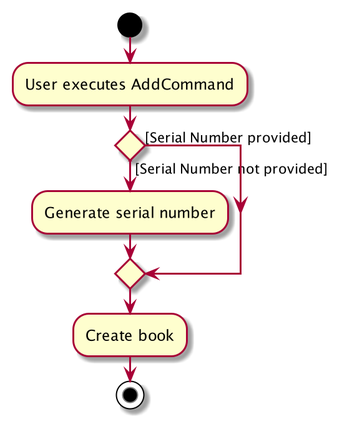
nus-cs2103-AY1920S1/addressbook-level3 keeps this PlantUML diagram as docs/images/AddBookActivityDiagram.png. Above is the earlier version. Source of this version:
```plantuml
@startuml
start
:User executes AddCommand;
if () then ([Serial Number not provided])
    :Generate serial number;
else ([Serial Number provided])
endif
:Create book;
stop
@enduml
```
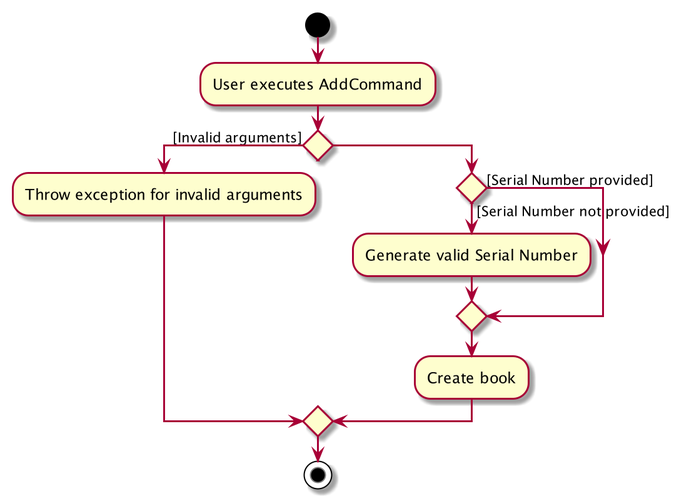
Later version of the same file.

The edit, as a diff of the source:
```diff
@@ -1,10 +1,14 @@
 @startuml
 start
 :User executes AddCommand;
-if () then ([Serial Number not provided])
-    :Generate serial number;
-else ([Serial Number provided])
+if () then ([Invalid arguments])
+    :Throw exception for invalid arguments;
+else
+    if () then ([Serial Number provided])
+    else ([Serial Number not provided])
+        :Generate valid Serial Number;
+    endif
+    :Create book;
 endif
-:Create book;
 stop
 @enduml
```
